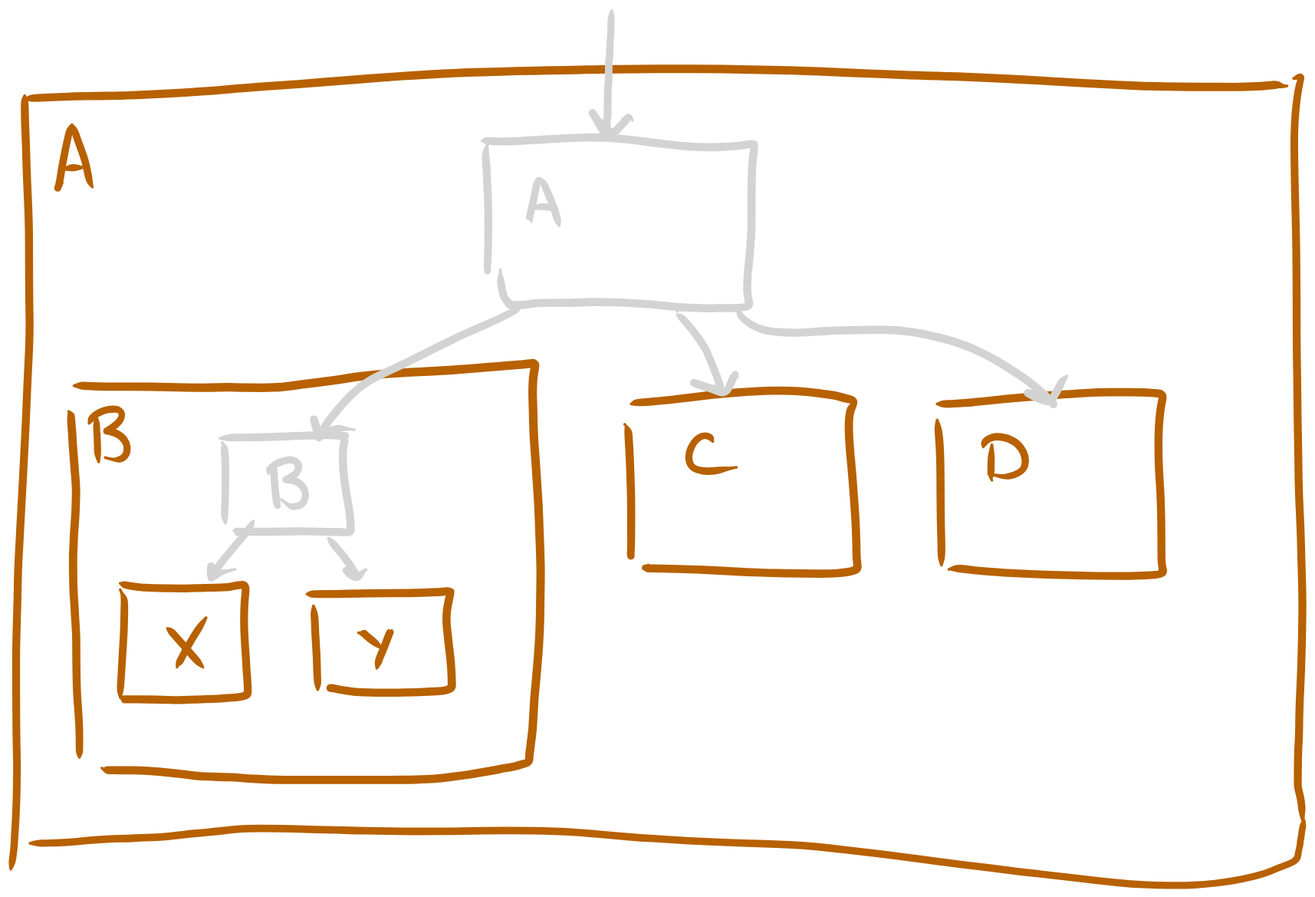
Before: src/lib/assets/inductive-ssa/dominance_scope_diagram.excalidraw.svg, a diagram exported from Excalidraw (imbrem/tekne.dev). Source tidied: one line per element, renumbered; positions are measured from the earlier drawing's top-left corner, leaving out a move shared by most shapes.
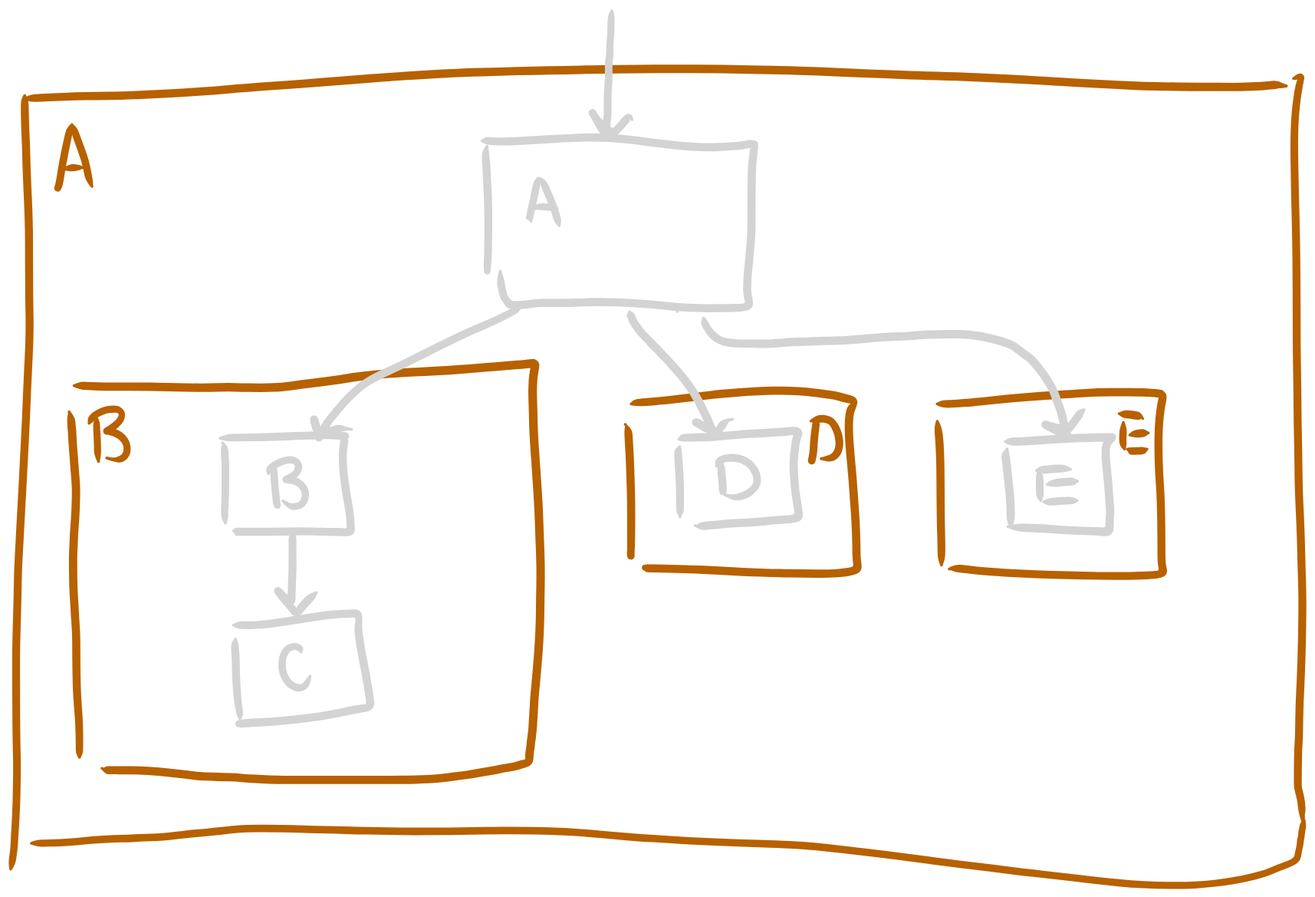
Above is the later version.

The edit, as a diff of the source:
```diff
@@ -15,28 +15,36 @@
 {"id": 14, "type": "freedraw", "strokeColor": "#f08c00", "strokeWidth": 1, "roughness": 1, "x": 59, "y": 349, "width": 435, "height": 388, "points": [[0, 0], [38, 1], [122, 2], [189, 2], [273, -10], [365, -15], [423, -20], [430, -19], [427, 15], [432, 102], [434, 216], [430, 279], [427, 325], [424, 343], [423, 350], [410, 355], [364, 363], [304, 367], [241, 367], [181, 367], [120, 364], [65, 358], [41, 358], [32, 358], [26, 357]]}
 {"id": 15, "type": "freedraw", "strokeColor": "#f08c00", "strokeWidth": 1, "roughness": 1, "x": 80, "y": 379, "width": 2, "height": 42, "points": [[0, 0], [0, 2], [0, 8], [0, 15], [1, 24], [1, 33], [1, 39], [1, 42], [2, 41], [2, 41]]}
 {"id": 16, "type": "freedraw", "strokeColor": "#f08c00", "strokeWidth": 1, "roughness": 1, "x": 73, "y": 384, "width": 38, "height": 50, "points": [[0, 0], [0, -1], [0, -2], [3, -6], [6, -9], [12, -12], [19, -14], [26, -14], [32, -13], [33, -7], [30, -2], [25, 3], [18, 7], [16, 8], [15, 8], [17, 8], [24, 8], [30, 11], [35, 16], [38, 23], [36, 32], [31, 35], [25, 36], [19, 34], [15, 32], [15, 32]]}
-{"id": 17, "type": "freedraw", "strokeColor": "#f08c00", "strokeWidth": 1, "roughness": 1, "x": 102, "y": 639, "width": 4, "height": 100, "points": [[0, 0], [0, -2], [0, -10], [1, -20], [2, -37], [3, -56], [4, -69], [4, -81], [4, -89], [4, -94], [3, -96], [0, -100], [0, -100]]}
-{"id": 18, "type": "freedraw", "strokeColor": "#f08c00", "strokeWidth": 1, "roughness": 1, "x": 102, "y": 533, "width": 121, "height": 109, "points": [[0, 0], [2, 1], [6, 2], [12, 3], [25, 5], [47, 5], [76, 5], [85, 4], [92, 4], [100, 4], [107, 3], [113, 1], [116, 1], [117, 1], [117, 2], [117, 5], [117, 9], [116, 16], [115, 27], [115, 54], [117, 71], [118, 82], [118, 89], [119, 95], [119, 103], [119, 104], [119, 105], [117, 105], [111, 106], [104, 107], [94, 107], [84, 108], [72, 108], [54, 109], [42, 109], [31, 108], [22, 108], [12, 108], [8, 108], [4, 108], [2, 108], [0, 108], [-1, 107], [-2, 107], [0, 106], [0, 106]]}
-{"id": 19, "type": "freedraw", "strokeColor": "#f08c00", "strokeWidth": 1, "roughness": 1, "x": 182, "y": 565, "width": 28, "height": 46, "points": [[0, 0], [-1, 1], [-3, 4], [-9, 13], [-14, 21], [-19, 30], [-23, 37], [-26, 44], [-27, 45], [-27, 46], [-28, 46], [-27, 46], [-27, 46]]}
-{"id": 20, "type": "freedraw", "strokeColor": "#f08c00", "strokeWidth": 1, "roughness": 1, "x": 146, "y": 575, "width": 33, "height": 36, "points": [[0, 0], [1, 0], [5, 4], [10, 10], [17, 18], [24, 26], [29, 32], [32, 35], [33, 36], [33, 36]]}
-{"id": 21, "type": "freedraw", "strokeColor": "#f08c00", "strokeWidth": 1, "roughness": 1, "x": 286, "y": 632, "width": 4, "height": 78, "points": [[0, 0], [0, -1], [0, -3], [0, -9], [-1, -22], [-1, -35], [-2, -50], [-3, -63], [-3, -74], [-4, -77], [-4, -78], [-4, -78]]}
-{"id": 22, "type": "freedraw", "strokeColor": "#f08c00", "strokeWidth": 1, "roughness": 1, "x": 276, "y": 543, "width": 135, "height": 95, "points": [[0, 0], [2, 0], [6, 0], [19, 0], [39, 0], [65, -1], [87, -1], [103, -1], [113, -1], [121, -2], [125, -2], [128, -2], [132, -3], [134, -3], [135, -3], [134, -2], [133, 1], [132, 6], [130, 16], [129, 25], [130, 35], [132, 46], [133, 56], [135, 71], [135, 79], [135, 84], [135, 86], [135, 87], [135, 88], [133, 89], [129, 90], [123, 91], [112, 91], [86, 92], [67, 92], [53, 92], [44, 91], [37, 91], [25, 88], [20, 87], [19, 87], [26, 90], [26, 90]]}
-{"id": 23, "type": "freedraw", "strokeColor": "#f08c00", "strokeWidth": 1, "roughness": 1, "x": 341, "y": 612, "width": 15, "height": 39, "points": [[0, 0], [0, -3], [2, -8], [4, -14], [8, -22], [11, -30], [13, -36], [15, -39], [15, -38], [14, -35], [14, -35]]}
-{"id": 24, "type": "freedraw", "strokeColor": "#f08c00", "strokeWidth": 1, "roughness": 1, "x": 345, "y": 593, "width": 21, "height": 17, "points": [[0, 0], [-1, -1], [-4, -4], [-8, -7], [-14, -11], [-18, -15], [-20, -17], [-21, -17], [-21, -14], [-21, -14]]}
 {"id": 25, "type": "freedraw", "strokeColor": "#1e1e1e", "strokeWidth": 1, "roughness": 1, "x": 200, "y": 477, "width": 3, "height": 77, "points": [[0, 0], [-1, -1], [-1, -4], [-1, -9], [-1, -16], [0, -24], [0, -33], [0, -42], [0, -55], [0, -62], [-1, -69], [-1, -76], [-1, -77], [-3, -75], [-3, -75]]}
 {"id": 26, "type": "freedraw", "strokeColor": "#1e1e1e", "strokeWidth": 1, "roughness": 1, "x": 195, "y": 398, "width": 122, "height": 91, "points": [[0, 0], [1, 0], [6, -1], [13, -1], [26, -1], [48, -1], [71, -2], [90, -3], [96, -3], [103, -3], [110, -3], [116, -2], [117, -2], [118, -2], [116, 2], [115, 7], [114, 14], [114, 22], [115, 38], [117, 49], [119, 60], [121, 70], [122, 78], [122, 86], [122, 87], [122, 88], [121, 88], [118, 88], [109, 87], [100, 87], [85, 87], [67, 86], [49, 87], [42, 87], [33, 87], [25, 87], [19, 87], [17, 87], [14, 87], [12, 87], [11, 87], [10, 86], [13, 86], [13, 86]]}
 {"id": 27, "type": "freedraw", "strokeColor": "#1e1e1e", "strokeWidth": 1, "roughness": 1, "x": 245, "y": 421, "width": 4, "height": 41, "points": [[0, 0], [0, 1], [0, 3], [0, 9], [1, 23], [2, 33], [3, 39], [3, 41], [4, 41], [4, 38], [4, 34], [4, 34]]}
 {"id": 28, "type": "freedraw", "strokeColor": "#1e1e1e", "strokeWidth": 1, "roughness": 1, "x": 240, "y": 431, "width": 37, "height": 46, "points": [[0, 0], [0, -1], [0, -2], [1, -6], [5, -9], [12, -12], [19, -14], [26, -14], [30, -10], [30, -6], [28, -2], [25, 2], [19, 5], [16, 6], [15, 6], [18, 6], [26, 6], [31, 9], [35, 14], [37, 21], [34, 29], [29, 32], [23, 32], [16, 31], [12, 24], [12, 24]]}
 {"id": 29, "type": "freedraw", "strokeColor": "#1e1e1e", "strokeWidth": 1, "roughness": 1, "x": 475, "y": 276, "width": 193, "height": 122, "points": [[0, 0], [-2, 2], [-10, 6], [-27, 14], [-46, 22], [-73, 35], [-95, 46], [-124, 60], [-145, 70], [-164, 87], [-175, 101], [-183, 111], [-186, 117], [-187, 119], [-188, 120], [-188, 122], [-189, 117], [-191, 108], [-192, 105], [-193, 104], [-191, 111], [-189, 117], [-181, 117], [-170, 113], [-155, 114]]}
-{"id": 30, "type": "freedraw", "strokeColor": "#1e1e1e", "strokeWidth": 1, "roughness": 1, "x": 226, "y": 475, "width": 40, "height": 54, "points": [[0, 0], [0, 1], [-1, 4], [-4, 8], [-9, 14], [-20, 27], [-28, 36], [-34, 44], [-37, 48], [-37, 49], [-38, 49], [-38, 47], [-38, 46], [-39, 44], [-39, 42], [-40, 41], [-40, 44], [-40, 48], [-40, 51], [-39, 53], [-39, 54], [-37, 52], [-33, 49], [-28, 46], [-17, 45], [-17, 45]]}
-{"id": 31, "type": "freedraw", "strokeColor": "#1e1e1e", "strokeWidth": 1, "roughness": 1, "x": 296, "y": 491, "width": 35, "height": 37, "points": [[0, 0], [1, 1], [5, 6], [10, 12], [16, 19], [22, 27], [26, 34], [26, 35], [27, 36], [26, 35], [23, 33], [20, 32], [19, 31], [16, 29], [16, 30], [18, 32], [21, 35], [24, 36], [26, 37], [27, 37], [28, 36], [30, 34], [32, 31], [35, 29], [35, 29]]}
 {"id": 32, "type": "freedraw", "strokeColor": "#f08c00", "strokeWidth": 1, "roughness": 1, "x": 576, "y": 500, "width": 6, "height": 128, "points": [[0, 0], [1, 3], [1, 4], [1, 7], [2, 9], [2, 8], [2, 3], [2, -15], [2, -37], [2, -59], [1, -78], [0, -103], [-1, -112], [-1, -116], [-2, -119], [-4, -115], [-4, -115]]}
 {"id": 33, "type": "freedraw", "strokeColor": "#f08c00", "strokeWidth": 1, "roughness": 1, "x": 578, "y": 366, "width": 211, "height": 173, "points": [[0, 0], [2, 0], [7, -2], [19, -2], [43, -4], [72, -8], [103, -12], [146, -14], [166, -13], [181, -10], [190, -8], [197, -7], [204, -4], [208, -3], [209, -3], [208, -1], [206, 2], [204, 6], [202, 14], [202, 29], [204, 52], [208, 88], [209, 108], [210, 123], [210, 135], [210, 142], [210, 149], [211, 152], [211, 153], [211, 155], [210, 156], [197, 158], [172, 159], [142, 158], [115, 157], [88, 156], [63, 154], [32, 153], [21, 153], [16, 153], [12, 153], [11, 153], [12, 152], [16, 150], [16, 150]]}
-{"id": 34, "type": "freedraw", "strokeColor": "#f08c00", "strokeWidth": 1, "roughness": 1, "x": 654, "y": 401, "width": 48, "height": 37, "points": [[0, 0], [0, -1], [0, -4], [-3, -6], [-8, -7], [-14, -5], [-21, 2], [-26, 16], [-23, 25], [-16, 30], [0, 30], [9, 27], [16, 25], [22, 24], [22, 24]]}
 {"id": 35, "type": "freedraw", "strokeColor": "#f08c00", "strokeWidth": 1, "roughness": 1, "x": 867, "y": 516, "width": 4, "height": 135, "points": [[0, 0], [0, -4], [0, -12], [0, -30], [-1, -53], [-1, -89], [-1, -110], [-2, -124], [-3, -129], [-4, -134], [-4, -135], [-4, -135]]}
 {"id": 36, "type": "freedraw", "strokeColor": "#f08c00", "strokeWidth": 1, "roughness": 1, "x": 863, "y": 366, "width": 211, "height": 173, "points": [[0, 0], [1, 0], [9, 0], [22, 0], [51, -3], [86, -7], [115, -9], [149, -11], [169, -12], [186, -11], [198, -11], [203, -10], [208, -10], [210, -9], [211, -9], [211, -8], [210, -5], [209, 1], [207, 10], [205, 35], [206, 57], [207, 77], [209, 95], [209, 112], [209, 126], [209, 138], [209, 145], [209, 151], [210, 155], [211, 157], [211, 158], [210, 158], [206, 159], [196, 160], [162, 161], [131, 160], [100, 159], [71, 158], [38, 156], [24, 154], [16, 153], [11, 152], [9, 152], [11, 154], [11, 154]]}
-{"id": 37, "type": "freedraw", "strokeColor": "#f08c00", "strokeWidth": 1, "roughness": 1, "x": 914, "y": 404, "width": 1, "height": 36, "points": [[0, 0], [0, 1], [-1, 6], [-1, 18], [-1, 27], [-1, 34], [-1, 36], [0, 33], [0, 33]]}
-{"id": 38, "type": "freedraw", "strokeColor": "#f08c00", "strokeWidth": 1, "roughness": 1, "x": 906, "y": 406, "width": 42, "height": 42, "points": [[0, 0], [0, -3], [1, -5], [4, -8], [9, -10], [17, -11], [31, -7], [39, 1], [42, 11], [41, 20], [36, 27], [21, 31], [12, 29], [5, 25], [5, 25]]}
 {"id": 39, "type": "freedraw", "strokeColor": "#1e1e1e", "strokeWidth": 1, "roughness": 1, "x": 621, "y": 280, "width": 0, "height": 2, "points": [[0, 0], [0, 1], [0, 2], [0, 0]]}
-{"id": 40, "type": "freedraw", "strokeColor": "#1e1e1e", "strokeWidth": 1, "roughness": 1, "x": 621, "y": 283, "width": 56, "height": 73, "points": [[0, 0], [1, 0], [4, 2], [6, 4], [9, 8], [14, 14], [18, 19], [22, 25], [26, 31], [30, 38], [34, 50], [37, 58], [39, 63], [40, 67], [41, 69], [40, 69], [39, 69], [35, 69], [32, 69], [29, 68], [24, 67], [20, 65], [16, 64], [14, 63], [15, 63], [19, 64], [29, 68], [35, 70], [40, 72], [43, 73], [45, 73], [47, 71], [48, 68], [50, 64], [52, 59], [54, 54], [55, 54], [56, 58], [56, 58]]}
-{"id": 41, "type": "freedraw", "strokeColor": "#1e1e1e", "strokeWidth": 1, "roughness": 1, "x": 677, "y": 280, "width": 307, "height": 87, "points": [[0, 0], [2, 2], [6, 8], [17, 15], [29, 19], [51, 20], [73, 19], [100, 17], [129, 17], [156, 17], [201, 27], [219, 34], [247, 48], [267, 62], [285, 76], [292, 83], [294, 87], [295, 85], [291, 82], [282, 78], [273, 76], [270, 75], [272, 77], [282, 82], [289, 84], [293, 83], [295, 79], [300, 70], [304, 61], [307, 60]]}
+{"id": 42, "type": "freedraw", "strokeColor": "#1e1e1e", "strokeWidth": 1, "roughness": 1, "x": 214, "y": 659, "width": 5, "height": 75, "points": [[0, 0], [0, -4], [0, -6], [-1, -11], [-3, -22], [-3, -31], [-4, -42], [-4, -54], [-4, -63], [-5, -71], [-5, -74], [-4, -75], [-4, -75]]}
+{"id": 43, "type": "freedraw", "strokeColor": "#1e1e1e", "strokeWidth": 1, "roughness": 1, "x": 208, "y": 572, "width": 128, "height": 103, "points": [[0, 0], [3, 0], [8, 0], [15, 0], [28, 0], [50, -3], [84, -9], [96, -11], [103, -11], [109, -11], [116, -11], [117, -11], [117, -10], [117, -9], [116, -5], [116, 10], [119, 28], [124, 49], [126, 61], [127, 67], [128, 75], [128, 77], [127, 77], [123, 78], [116, 78], [105, 80], [87, 84], [64, 88], [37, 90], [25, 91], [18, 91], [10, 91], [4, 92], [2, 92], [9, 92], [9, 92]]}
+{"id": 44, "type": "freedraw", "strokeColor": "#1e1e1e", "strokeWidth": 1, "roughness": 1, "x": 270, "y": 597, "width": 29, "height": 43, "points": [[0, 0], [1, 0], [1, -1], [0, -3], [-1, -5], [-7, -7], [-13, -5], [-18, 1], [-20, 11], [-18, 26], [-11, 33], [-4, 36], [2, 35], [6, 32], [8, 26], [9, 21], [9, 21]]}
+{"id": 45, "type": "freedraw", "strokeColor": "#1e1e1e", "strokeWidth": 1, "roughness": 1, "x": 262, "y": 485, "width": 1, "height": 71, "points": [[0, 0], [0, 1], [0, 3], [0, 6], [0, 14], [0, 23], [0, 33], [0, 45], [-1, 56], [-1, 67], [-1, 70], [-1, 71], [-1, 70], [-1, 67], [-1, 67]]}
+{"id": 46, "type": "freedraw", "strokeColor": "#1e1e1e", "strokeWidth": 1, "roughness": 1, "x": 260, "y": 549, "width": 37, "height": 23, "points": [[0, 0], [-2, -1], [-5, -3], [-8, -5], [-10, -8], [-11, -9], [-12, -10], [-12, -9], [-9, -5], [-6, -1], [-1, 4], [3, 9], [5, 12], [6, 13], [7, 12], [9, 9], [12, 4], [18, -2], [21, -5], [23, -6], [25, -8], [25, -8]]}
+{"id": 47, "type": "freedraw", "strokeColor": "#1e1e1e", "strokeWidth": 1, "roughness": 1, "x": 624, "y": 471, "width": 2, "height": 66, "points": [[0, 0], [-1, 0], [-1, -2], [0, -9], [0, -16], [0, -25], [0, -34], [-1, -50], [-2, -58], [-2, -63], [-2, -65], [0, -66], [0, -66]]}
+{"id": 48, "type": "freedraw", "strokeColor": "#1e1e1e", "strokeWidth": 1, "roughness": 1, "x": 622, "y": 399, "width": 113, "height": 89, "points": [[0, 0], [2, -1], [10, -2], [34, -2], [73, -6], [86, -6], [97, -7], [105, -8], [107, -8], [112, -7], [112, -6], [109, 0], [107, 17], [107, 36], [109, 55], [112, 70], [112, 73], [109, 74], [101, 75], [81, 76], [61, 78], [36, 79], [20, 81], [12, 81], [15, 80]]}
+{"id": 49, "type": "freedraw", "strokeColor": "#1e1e1e", "strokeWidth": 1, "roughness": 1, "x": 660, "y": 417, "width": 5, "height": 32, "points": [[0, 0], [0, 1], [1, 4], [2, 12], [2, 19], [3, 25], [3, 29], [3, 31], [3, 32], [4, 30], [5, 26], [5, 26]]}
+{"id": 50, "type": "freedraw", "strokeColor": "#1e1e1e", "strokeWidth": 1, "roughness": 1, "x": 658, "y": 424, "width": 40, "height": 40, "points": [[0, 0], [0, -1], [1, -4], [3, -6], [6, -8], [12, -9], [23, -8], [30, -5], [36, 1], [39, 8], [40, 16], [37, 23], [26, 30], [17, 31], [10, 30], [6, 26], [6, 26]]}
+{"id": 51, "type": "freedraw", "strokeColor": "#1e1e1e", "strokeWidth": 1, "roughness": 1, "x": 932, "y": 481, "width": 6, "height": 77, "points": [[0, 0], [0, -3], [0, -13], [0, -24], [-1, -39], [-4, -59], [-5, -70], [-6, -75], [-5, -77], [-3, -73], [-3, -73]]}
+{"id": 52, "type": "freedraw", "strokeColor": "#1e1e1e", "strokeWidth": 1, "roughness": 1, "x": 926, "y": 401, "width": 102, "height": 89, "points": [[0, 0], [3, 0], [8, 0], [21, 0], [58, -3], [79, -4], [91, -4], [97, -4], [99, -4], [101, -4], [100, -4], [99, -3], [98, -2], [95, 0], [94, 3], [93, 7], [93, 14], [94, 24], [96, 40], [97, 50], [97, 58], [98, 65], [98, 72], [97, 75], [97, 78], [97, 80], [97, 82], [97, 84], [96, 85], [93, 85], [89, 84], [78, 83], [64, 83], [43, 82], [24, 80], [13, 80], [4, 80], [-1, 80], [2, 79], [2, 79]]}
+{"id": 53, "type": "freedraw", "strokeColor": "#1e1e1e", "strokeWidth": 1, "roughness": 1, "x": 994, "y": 456, "width": 32, "height": 2, "points": [[0, 0], [-1, 0], [-3, 0], [-7, 0], [-14, 0], [-21, 1], [-27, 1], [-31, 2], [-32, 1], [-32, 1]]}
+{"id": 54, "type": "freedraw", "strokeColor": "#1e1e1e", "strokeWidth": 1, "roughness": 1, "x": 960, "y": 456, "width": 2, "height": 29, "points": [[0, 0], [-1, -1], [-1, -2], [-1, -7], [-1, -12], [-1, -18], [-1, -23], [-1, -26], [-2, -28], [-2, -29], [-2, -29]]}
+{"id": 55, "type": "freedraw", "strokeColor": "#1e1e1e", "strokeWidth": 1, "roughness": 1, "x": 956, "y": 428, "width": 33, "height": 2, "points": [[0, 0], [1, 0], [2, 0], [4, 0], [8, -1], [13, -1], [20, -2], [25, -2], [30, -2], [33, -1], [33, -1]]}
+{"id": 56, "type": "freedraw", "strokeColor": "#1e1e1e", "strokeWidth": 1, "roughness": 1, "x": 966, "y": 441, "width": 29, "height": 3, "points": [[0, 0], [1, -1], [4, -1], [10, -2], [20, -3], [26, -3], [28, -3], [29, -3], [29, -3]]}
+{"id": 57, "type": "freedraw", "strokeColor": "#1e1e1e", "strokeWidth": 1, "roughness": 1, "x": 576, "y": 280, "width": 97, "height": 112, "points": [[0, 0], [0, 1], [0, 2], [0, 3], [1, 4], [3, 8], [4, 11], [6, 14], [9, 17], [13, 23], [17, 26], [21, 30], [24, 34], [29, 38], [35, 45], [40, 50], [44, 55], [49, 60], [55, 68], [59, 74], [64, 82], [68, 90], [71, 97], [75, 105], [76, 108], [76, 109], [77, 110], [74, 109], [70, 108], [66, 106], [64, 104], [62, 103], [61, 103], [62, 103], [65, 105], [72, 109], [76, 111], [79, 112], [81, 112], [82, 112], [83, 111], [85, 108], [87, 105], [89, 102], [94, 99], [97, 100], [97, 100]]}
+{"id": 58, "type": "freedraw", "strokeColor": "#1e1e1e", "strokeWidth": 1, "roughness": 1, "x": 646, "y": 286, "width": 355, "height": 109, "points": [[0, 0], [1, 6], [10, 18], [26, 24], [43, 24], [61, 24], [78, 23], [95, 22], [124, 21], [152, 19], [184, 17], [213, 15], [238, 15], [265, 18], [284, 24], [294, 30], [306, 39], [318, 54], [327, 69], [333, 87], [337, 104], [339, 109], [334, 104], [320, 100], [319, 99], [331, 106], [335, 108], [339, 105], [350, 90], [355, 85]]}
+{"id": 59, "type": "freedraw", "strokeColor": "#f08c00", "strokeWidth": 1, "roughness": 1, "x": 752, "y": 380, "width": 6, "height": 42, "points": [[0, 0], [-1, 0], [-1, 2], [-2, 5], [-2, 10], [-3, 17], [-4, 29], [-4, 36], [-5, 38], [-6, 42], [-6, 35], [-6, 35]]}
+{"id": 60, "type": "freedraw", "strokeColor": "#f08c00", "strokeWidth": 1, "roughness": 1, "x": 746, "y": 382, "width": 27, "height": 39, "points": [[0, 0], [2, -1], [4, -3], [10, -3], [14, -3], [19, -1], [22, 2], [24, 7], [27, 15], [27, 20], [27, 25], [25, 31], [22, 34], [18, 36], [13, 36], [8, 35], [8, 35]]}
+{"id": 61, "type": "freedraw", "strokeColor": "#f08c00", "strokeWidth": 1, "roughness": 1, "x": 1058, "y": 408, "width": 21, "height": 2, "points": [[0, 0], [0, 1], [-2, 1], [-5, 2], [-9, 2], [-16, 2], [-20, 2], [-21, 2], [-20, 1], [-18, 0], [-18, 0]]}
+{"id": 62, "type": "freedraw", "strokeColor": "#f08c00", "strokeWidth": 1, "roughness": 1, "x": 1038, "y": 408, "width": 2, "height": 26, "points": [[0, 0], [-1, 0], [-1, -1], [-2, -3], [-2, -7], [-2, -14], [-1, -19], [-1, -22], [-1, -26], [-1, -26]]}
+{"id": 63, "type": "freedraw", "strokeColor": "#f08c00", "strokeWidth": 1, "roughness": 1, "x": 1032, "y": 375, "width": 24, "height": 5, "points": [[0, 0], [1, 0], [4, 1], [8, 1], [13, 1], [18, 2], [23, 3], [24, 3], [22, 5], [22, 5]]}
+{"id": 64, "type": "freedraw", "strokeColor": "#f08c00", "strokeWidth": 1, "roughness": 1, "x": 1042, "y": 395, "width": 18, "height": 2, "points": [[0, 0], [2, 0], [4, -1], [8, -2], [14, -2], [16, -2], [18, -2], [18, -2]]}
```
